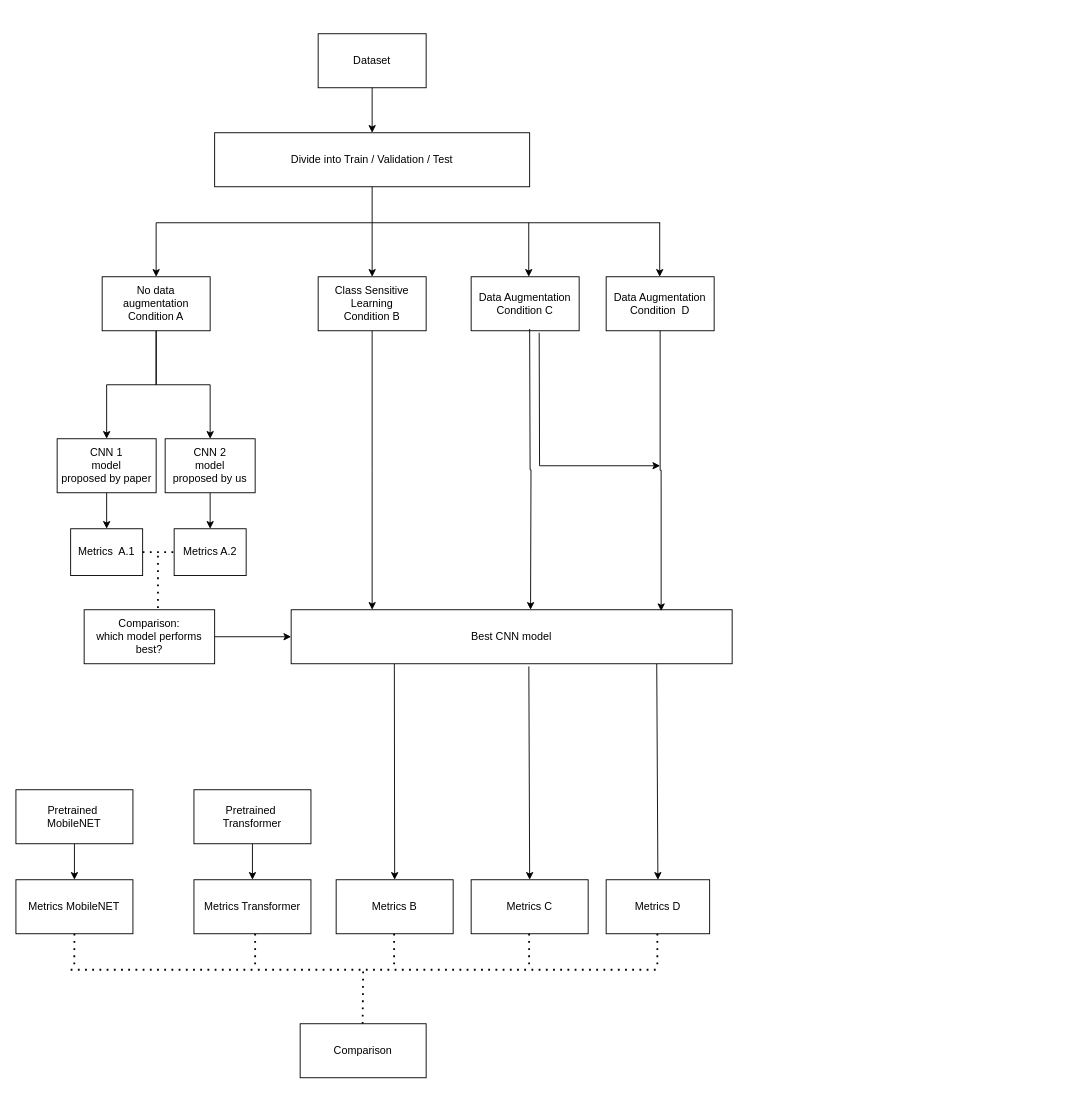
Before: flow.drawio in crdsteixeira/Computer-Vision_Thermal-inspection-of-photovoltaic-modules-defect-classification, a draw.io diagram. Source tidied: cells renumbered, new cells numbered last; positions are measured from the earlier drawing's top-left corner, leaving out a move shared by most shapes. Both pictures are drawn from the tidied source at 90%, with x=0, y=0 at pixel (15, 33).
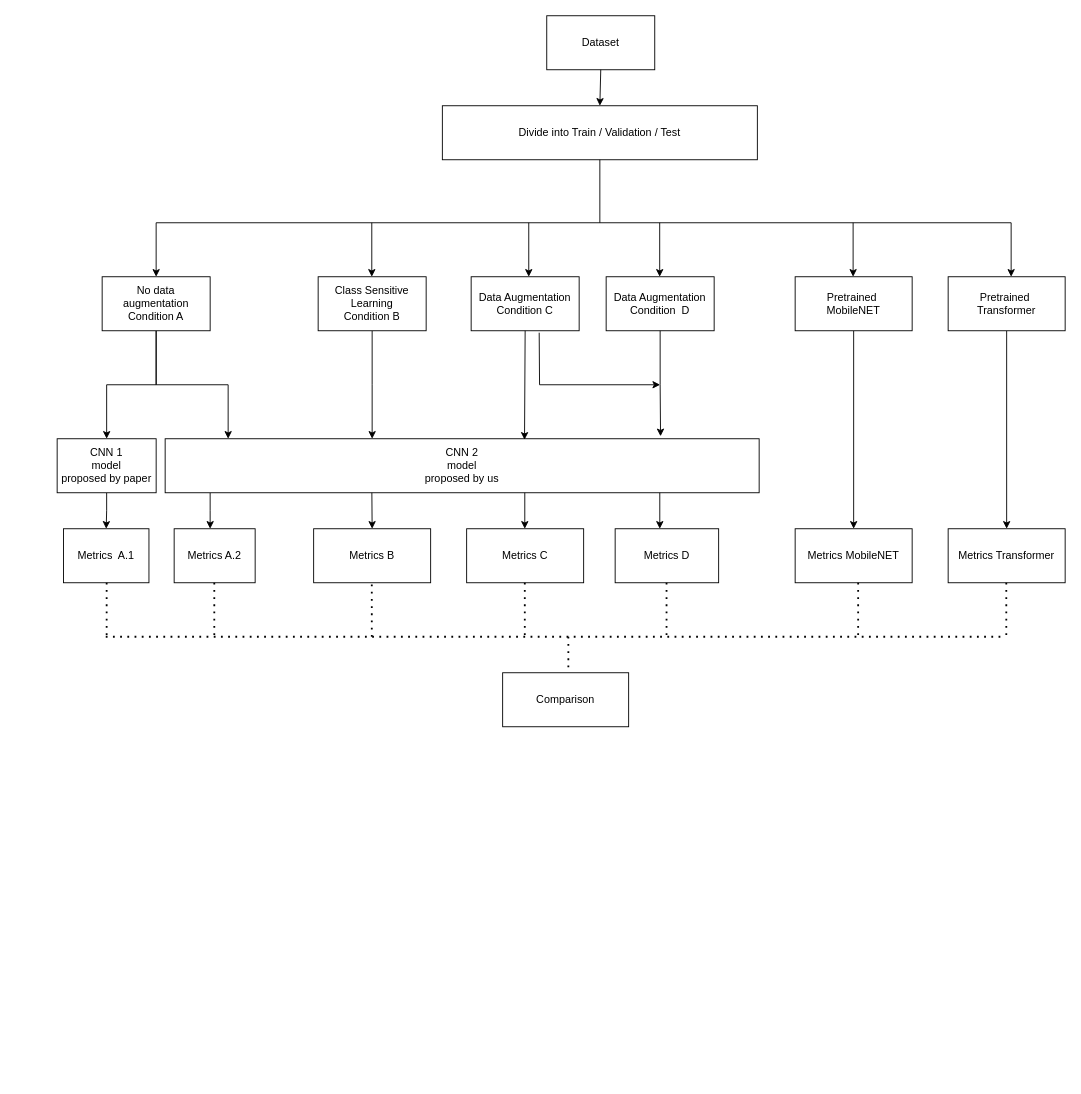
After the change.

Unchanged cells that the change refers to:
```xml
<mxCell id="5" value="No data augmentation&lt;br&gt;Condition A" style="rounded=0;whiteSpace=wrap;html=1;" parent="1" vertex="1">
  <mxGeometry x="96" y="270" width="120" height="60" as="geometry" />
</mxCell>
<mxCell id="7" value="Class Sensitive Learning&lt;br&gt;Condition B" style="rounded=0;whiteSpace=wrap;html=1;" parent="1" vertex="1">
  <mxGeometry x="336" y="270" width="120" height="60" as="geometry" />
</mxCell>
<mxCell id="8" value="Data Augmentation&lt;br&gt;Condition&amp;nbsp; D" style="rounded=0;whiteSpace=wrap;html=1;" parent="1" vertex="1">
  <mxGeometry x="656" y="270" width="120" height="60" as="geometry" />
</mxCell>
<mxCell id="40" value="Data Augmentation&lt;br&gt;Condition C" style="rounded=0;whiteSpace=wrap;html=1;" parent="1" vertex="1">
  <mxGeometry x="506" y="270" width="120" height="60" as="geometry" />
</mxCell>
```

The edit, as a diff of the source:
```diff
@@
     <mxCell id="2" value="Dataset" style="rounded=0;whiteSpace=wrap;html=1;" parent="1" vertex="1">
-      <mxGeometry x="336" width="120" height="60" as="geometry" />
+      <mxGeometry x="590" y="-20" width="120" height="60" as="geometry" />
     </mxCell>
@@
     <mxCell id="4" style="edgeStyle=orthogonalEdgeStyle;rounded=0;jettySize=auto;html=1;" parent="1" edge="1" source="5" target="21">
-      <mxGeometry relative="1" as="geometry" />
+      <mxGeometry relative="1" as="geometry">
+        <Array as="points">
+          <mxPoint x="156" y="390" />
+          <mxPoint x="236" y="390" />
+        </Array>
+      </mxGeometry>
     </mxCell>
@@
     <mxCell id="6" style="edgeStyle=orthogonalEdgeStyle;rounded=0;jettySize=auto;html=1;" parent="1" edge="1" source="7">
       <mxGeometry relative="1" as="geometry">
-        <mxPoint x="396" y="640" as="targetPoint" />
+        <mxPoint x="396" y="450" as="targetPoint" />
       </mxGeometry>
     </mxCell>
@@
     <mxCell id="11" value="Divide into Train / Validation / Test" style="rounded=0;whiteSpace=wrap;html=1;" parent="1" vertex="1">
-      <mxGeometry x="221" y="110" width="350" height="60" as="geometry" />
+      <mxGeometry x="474" y="80" width="350" height="60" as="geometry" />
     </mxCell>
@@
     <mxCell id="13" value="Pretrained&amp;nbsp;&lt;br&gt;MobileNET" style="rounded=0;whiteSpace=wrap;html=1;" parent="1" vertex="1">
-      <mxGeometry x="0.2" y="840" width="130" height="60" as="geometry" />
+      <mxGeometry x="866" y="270" width="130" height="60" as="geometry" />
     </mxCell>
@@
-    <mxCell id="15" style="endArrow=classic;html=1;rounded=0;exitX=0.5;exitY=1;exitDx=0;exitDy=0;" parent="1" edge="1" source="11" target="7">
-      <mxGeometry relative="1" as="geometry" />
-    </mxCell>
     <mxCell id="16" style="endArrow=none;html=1;rounded=0;" parent="1" edge="1">
       <mxGeometry relative="1" as="geometry">
         <mxPoint x="156" y="210" as="sourcePoint" />
-        <mxPoint x="716" y="210" as="targetPoint" />
+        <mxPoint x="1106" y="210" as="targetPoint" />
       </mxGeometry>
     </mxCell>
@@
     <mxCell id="20" style="edgeStyle=orthogonalEdgeStyle;rounded=0;jettySize=auto;html=1;" parent="1" edge="1" source="21" target="26">
-      <mxGeometry relative="1" as="geometry" />
+      <mxGeometry relative="1" as="geometry">
+        <Array as="points">
+          <mxPoint x="216" y="530" />
+          <mxPoint x="216" y="530" />
+        </Array>
+      </mxGeometry>
     </mxCell>
     <mxCell id="21" value="CNN 2&lt;br&gt;model &lt;br&gt;proposed by us" style="rounded=0;whiteSpace=wrap;html=1;" parent="1" vertex="1">
-      <mxGeometry x="166" y="450" width="100" height="60" as="geometry" />
+      <mxGeometry x="166" y="450" width="660" height="60" as="geometry" />
     </mxCell>
     <mxCell id="22" value="Metrics&amp;nbsp; A.1" style="rounded=0;whiteSpace=wrap;html=1;" parent="1" vertex="1">
-      <mxGeometry x="61" y="550" width="80" height="52" as="geometry" />
+      <mxGeometry x="53" y="550" width="95" height="60" as="geometry" />
     </mxCell>
     <mxCell id="23" value="Metrics B" style="rounded=0;whiteSpace=wrap;html=1;" parent="1" vertex="1">
-      <mxGeometry x="356" y="940" width="130" height="60" as="geometry" />
+      <mxGeometry x="331" y="550" width="130" height="60" as="geometry" />
     </mxCell>
     <mxCell id="24" value="Metrics D" style="rounded=0;whiteSpace=wrap;html=1;" parent="1" vertex="1">
-      <mxGeometry x="656" y="940" width="115" height="60" as="geometry" />
+      <mxGeometry x="666" y="550" width="115" height="60" as="geometry" />
     </mxCell>
-    <mxCell id="25" value="Best CNN model" style="rounded=0;whiteSpace=wrap;html=1;" parent="1" vertex="1">
-      <mxGeometry x="306" y="640" width="490" height="60" as="geometry" />
-    </mxCell>
     <mxCell id="26" value="Metrics A.2" style="rounded=0;whiteSpace=wrap;html=1;" parent="1" vertex="1">
-      <mxGeometry x="176" y="550" width="80" height="52" as="geometry" />
+      <mxGeometry x="176" y="550" width="90" height="60" as="geometry" />
     </mxCell>
-    <mxCell id="27" style="endArrow=none;dashed=1;html=1;dashPattern=1 3;strokeWidth=2;rounded=0;exitX=1;exitY=0.5;exitDx=0;exitDy=0;entryX=0;entryY=0.5;entryDx=0;entryDy=0;" parent="1" edge="1" source="22" target="26">
-      <mxGeometry relative="1" as="geometry" />
-    </mxCell>
     <mxCell id="28" style="endArrow=none;dashed=1;html=1;dashPattern=1 3;strokeWidth=2;rounded=0;" parent="1" edge="1">
       <mxGeometry relative="1" as="geometry">
-        <mxPoint x="158" y="580" as="sourcePoint" />
-        <mxPoint x="158" y="640" as="targetPoint" />
+        <mxPoint x="101" y="610" as="sourcePoint" />
+        <mxPoint x="101" y="670" as="targetPoint" />
       </mxGeometry>
     </mxCell>
-    <mxCell id="29" style="edgeStyle=orthogonalEdgeStyle;rounded=0;jettySize=auto;html=1;entryX=0;entryY=0.5;entryDx=0;entryDy=0;" parent="1" edge="1" source="30" target="25">
-      <mxGeometry relative="1" as="geometry" />
-    </mxCell>
-    <mxCell id="30" value="Comparison:&lt;br style=&quot;border-color: var(--border-color);&quot;&gt;&lt;span style=&quot;&quot;&gt;which model performs best?&lt;/span&gt;" style="rounded=0;whiteSpace=wrap;html=1;" parent="1" vertex="1">
-      <mxGeometry x="76" y="640" width="145" height="60" as="geometry" />
-    </mxCell>
-    <mxCell id="31" style="edgeStyle=orthogonalEdgeStyle;rounded=0;jettySize=auto;html=1;entryX=0.839;entryY=0.025;entryDx=0;entryDy=0;entryPerimeter=0;" parent="1" edge="1" source="8" target="25">
+    <mxCell id="31" style="edgeStyle=orthogonalEdgeStyle;rounded=0;jettySize=auto;html=1;entryX=0.834;entryY=-0.046;entryDx=0;entryDy=0;entryPerimeter=0;" parent="1" edge="1" source="8" target="21">
       <mxGeometry relative="1" as="geometry" />
     </mxCell>
     <mxCell id="32" style="endArrow=none;dashed=1;html=1;dashPattern=1 3;strokeWidth=2;rounded=0;" parent="1" edge="1">
       <mxGeometry relative="1" as="geometry">
-        <mxPoint x="61" y="1040" as="sourcePoint" />
-        <mxPoint x="716" y="1040" as="targetPoint" />
+        <mxPoint x="100" y="670" as="sourcePoint" />
+        <mxPoint x="1096" y="670" as="targetPoint" />
       </mxGeometry>
     </mxCell>
@@
     <mxCell id="34" value="Pretrained&amp;nbsp;&lt;br&gt;Transformer" style="rounded=0;whiteSpace=wrap;html=1;" parent="1" vertex="1">
-      <mxGeometry x="198" y="840" width="130" height="60" as="geometry" />
+      <mxGeometry x="1036" y="270" width="130" height="60" as="geometry" />
     </mxCell>
     <mxCell id="35" value="Metrics MobileNET" style="rounded=0;whiteSpace=wrap;html=1;" parent="1" vertex="1">
-      <mxGeometry x="0.2" y="940" width="130" height="60" as="geometry" />
+      <mxGeometry x="866" y="550" width="130" height="60" as="geometry" />
     </mxCell>
     <mxCell id="36" value="Metrics Transformer" style="rounded=0;whiteSpace=wrap;html=1;" parent="1" vertex="1">
-      <mxGeometry x="198" y="940" width="130" height="60" as="geometry" />
+      <mxGeometry x="1036" y="550" width="130" height="60" as="geometry" />
     </mxCell>
-    <mxCell id="37" style="endArrow=none;dashed=1;html=1;dashPattern=1 3;strokeWidth=2;rounded=0;exitX=0.5;exitY=1;exitDx=0;exitDy=0;" parent="1" edge="1" source="35">
-      <mxGeometry relative="1" as="geometry">
-        <mxPoint x="65" y="1040" as="targetPoint" />
-      </mxGeometry>
-    </mxCell>
-    <mxCell id="38" style="endArrow=none;dashed=1;html=1;dashPattern=1 3;strokeWidth=2;rounded=0;" parent="1" edge="1">
-      <mxGeometry relative="1" as="geometry">
-        <mxPoint x="385.4" y="1100" as="sourcePoint" />
-        <mxPoint x="386" y="1040" as="targetPoint" />
-      </mxGeometry>
-    </mxCell>
     <mxCell id="39" value="Comparison" style="rounded=0;whiteSpace=wrap;html=1;" parent="1" vertex="1">
-      <mxGeometry x="316" y="1100" width="140" height="60" as="geometry" />
+      <mxGeometry x="541" y="710" width="140" height="60" as="geometry" />
     </mxCell>
@@
-    <mxCell id="42" style="edgeStyle=orthogonalEdgeStyle;rounded=0;orthogonalLoop=1;jettySize=auto;html=1;entryX=0.839;entryY=0.025;entryDx=0;entryDy=0;entryPerimeter=0;" parent="1" edge="1">
-      <mxGeometry relative="1" as="geometry">
-        <mxPoint x="571" y="328" as="sourcePoint" />
-        <mxPoint x="572" y="640" as="targetPoint" />
-      </mxGeometry>
-    </mxCell>
     <mxCell id="43" value="Metrics C" style="rounded=0;whiteSpace=wrap;html=1;" parent="1" vertex="1">
-      <mxGeometry x="506" y="940" width="130" height="60" as="geometry" />
+      <mxGeometry x="501" y="550" width="130" height="60" as="geometry" />
     </mxCell>
     <mxCell id="44" style="endArrow=classic;html=1;rounded=0;exitX=0.63;exitY=1.036;exitDx=0;exitDy=0;exitPerimeter=0;" parent="1" edge="1" source="40">
       <mxGeometry relative="1" as="geometry">
-        <mxPoint x="716" y="480" as="targetPoint" />
+        <mxPoint x="716" y="390" as="targetPoint" />
         <Array as="points">
-          <mxPoint x="582" y="480" />
+          <mxPoint x="582" y="390" />
         </Array>
       </mxGeometry>
     </mxCell>
-    <mxCell id="45" style="endArrow=classic;html=1;rounded=0;entryX=0.5;entryY=0;entryDx=0;entryDy=0;exitX=0.234;exitY=1.003;exitDx=0;exitDy=0;exitPerimeter=0;" parent="1" edge="1" source="25" target="23">
+    <mxCell id="45" style="endArrow=classic;html=1;rounded=0;entryX=0.5;entryY=0;entryDx=0;entryDy=0;exitX=0.348;exitY=1;exitDx=0;exitDy=0;exitPerimeter=0;" parent="1" edge="1" source="21" target="23">
       <mxGeometry relative="1" as="geometry" />
     </mxCell>
-    <mxCell id="46" style="endArrow=classic;html=1;rounded=0;entryX=0.5;entryY=0;entryDx=0;entryDy=0;exitX=0.539;exitY=1.05;exitDx=0;exitDy=0;exitPerimeter=0;" parent="1" edge="1" source="25" target="43">
-      <mxGeometry relative="1" as="geometry" />
-    </mxCell>
-    <mxCell id="47" style="endArrow=classic;html=1;rounded=0;entryX=0.5;entryY=0;entryDx=0;entryDy=0;exitX=0.829;exitY=1.003;exitDx=0;exitDy=0;exitPerimeter=0;" parent="1" edge="1" source="25" target="24">
-      <mxGeometry relative="1" as="geometry" />
-    </mxCell>
-    <mxCell id="48" style="endArrow=none;dashed=1;html=1;dashPattern=1 3;strokeWidth=2;rounded=0;exitX=0.5;exitY=1;exitDx=0;exitDy=0;" parent="1" edge="1">
-      <mxGeometry relative="1" as="geometry">
-        <mxPoint x="266" y="1000" as="sourcePoint" />
-        <mxPoint x="266" y="1040" as="targetPoint" />
-      </mxGeometry>
-    </mxCell>
-    <mxCell id="49" style="endArrow=none;dashed=1;html=1;dashPattern=1 3;strokeWidth=2;rounded=0;exitX=0.5;exitY=1;exitDx=0;exitDy=0;" parent="1" edge="1">
-      <mxGeometry relative="1" as="geometry">
-        <mxPoint x="420.4" y="1000" as="sourcePoint" />
-        <mxPoint x="420.4" y="1040" as="targetPoint" />
-      </mxGeometry>
-    </mxCell>
-    <mxCell id="50" style="endArrow=none;dashed=1;html=1;dashPattern=1 3;strokeWidth=2;rounded=0;exitX=0.5;exitY=1;exitDx=0;exitDy=0;" parent="1" edge="1">
-      <mxGeometry relative="1" as="geometry">
-        <mxPoint x="570.4" y="1000" as="sourcePoint" />
-        <mxPoint x="570.4" y="1040" as="targetPoint" />
-      </mxGeometry>
-    </mxCell>
     <mxCell id="51" style="endArrow=none;dashed=1;html=1;dashPattern=1 3;strokeWidth=2;rounded=0;exitX=0.5;exitY=1;exitDx=0;exitDy=0;" parent="1" edge="1">
       <mxGeometry relative="1" as="geometry">
-        <mxPoint x="712.9" y="1000" as="sourcePoint" />
-        <mxPoint x="712.9" y="1040" as="targetPoint" />
+        <mxPoint x="614" y="670" as="sourcePoint" />
+        <mxPoint x="614" y="710" as="targetPoint" />
       </mxGeometry>
     </mxCell>
+    <mxCell id="52" style="endArrow=classic;html=1;rounded=0;exitX=0.5;exitY=1;exitDx=0;exitDy=0;entryX=0.605;entryY=0.019;entryDx=0;entryDy=0;entryPerimeter=0;" parent="1" edge="1" source="40" target="21">
+      <mxGeometry relative="1" as="geometry" />
+    </mxCell>
+    <mxCell id="53" style="endArrow=classic;html=1;rounded=0;entryX=0.5;entryY=0;entryDx=0;entryDy=0;exitX=0.348;exitY=1;exitDx=0;exitDy=0;exitPerimeter=0;" parent="1" edge="1">
+      <mxGeometry relative="1" as="geometry">
+        <mxPoint x="565.6" y="510" as="sourcePoint" />
+        <mxPoint x="565.6" y="550" as="targetPoint" />
+      </mxGeometry>
+    </mxCell>
+    <mxCell id="54" style="endArrow=classic;html=1;rounded=0;entryX=0.5;entryY=0;entryDx=0;entryDy=0;exitX=0.348;exitY=1;exitDx=0;exitDy=0;exitPerimeter=0;" parent="1" edge="1">
+      <mxGeometry relative="1" as="geometry">
+        <mxPoint x="715.6" y="510" as="sourcePoint" />
+        <mxPoint x="715.6" y="550" as="targetPoint" />
+      </mxGeometry>
+    </mxCell>
+    <mxCell id="55" style="endArrow=classic;html=1;rounded=0;entryX=0.5;entryY=0;entryDx=0;entryDy=0;" parent="1" edge="1">
+      <mxGeometry relative="1" as="geometry">
+        <mxPoint x="930.4" y="210" as="sourcePoint" />
+        <mxPoint x="930.4" y="270" as="targetPoint" />
+      </mxGeometry>
+    </mxCell>
+    <mxCell id="56" style="endArrow=classic;html=1;rounded=0;entryX=0.5;entryY=0;entryDx=0;entryDy=0;" parent="1" edge="1">
+      <mxGeometry relative="1" as="geometry">
+        <mxPoint x="1106" y="210" as="sourcePoint" />
+        <mxPoint x="1106" y="270" as="targetPoint" />
+      </mxGeometry>
+    </mxCell>
+    <mxCell id="57" style="endArrow=classic;html=1;rounded=0;entryX=0.5;entryY=0;entryDx=0;entryDy=0;" parent="1" edge="1">
+      <mxGeometry relative="1" as="geometry">
+        <mxPoint x="395.6" y="210" as="sourcePoint" />
+        <mxPoint x="395.6" y="270" as="targetPoint" />
+      </mxGeometry>
+    </mxCell>
+    <mxCell id="58" style="endArrow=none;html=1;rounded=0;entryX=0.5;entryY=1;entryDx=0;entryDy=0;" parent="1" edge="1" target="11">
+      <mxGeometry relative="1" as="geometry">
+        <mxPoint x="649" y="210" as="sourcePoint" />
+      </mxGeometry>
+    </mxCell>
+    <mxCell id="59" style="endArrow=none;dashed=1;html=1;dashPattern=1 3;strokeWidth=2;rounded=0;" parent="1" edge="1">
+      <mxGeometry relative="1" as="geometry">
+        <mxPoint x="395.6" y="612" as="sourcePoint" />
+        <mxPoint x="395.6" y="672" as="targetPoint" />
+      </mxGeometry>
+    </mxCell>
+    <mxCell id="60" style="endArrow=none;dashed=1;html=1;dashPattern=1 3;strokeWidth=2;rounded=0;" parent="1" edge="1">
+      <mxGeometry relative="1" as="geometry">
+        <mxPoint x="220.6" y="610" as="sourcePoint" />
+        <mxPoint x="220.6" y="670" as="targetPoint" />
+      </mxGeometry>
+    </mxCell>
+    <mxCell id="61" style="endArrow=none;dashed=1;html=1;dashPattern=1 3;strokeWidth=2;rounded=0;" parent="1" edge="1">
+      <mxGeometry relative="1" as="geometry">
+        <mxPoint x="565.6" y="610" as="sourcePoint" />
+        <mxPoint x="565.6" y="670" as="targetPoint" />
+      </mxGeometry>
+    </mxCell>
+    <mxCell id="62" style="endArrow=none;dashed=1;html=1;dashPattern=1 3;strokeWidth=2;rounded=0;" parent="1" edge="1">
+      <mxGeometry relative="1" as="geometry">
+        <mxPoint x="723.1" y="610" as="sourcePoint" />
+        <mxPoint x="723.1" y="670" as="targetPoint" />
+      </mxGeometry>
+    </mxCell>
+    <mxCell id="63" style="endArrow=none;dashed=1;html=1;dashPattern=1 3;strokeWidth=2;rounded=0;" parent="1" edge="1">
+      <mxGeometry relative="1" as="geometry">
+        <mxPoint x="936" y="610" as="sourcePoint" />
+        <mxPoint x="936" y="670" as="targetPoint" />
+      </mxGeometry>
+    </mxCell>
+    <mxCell id="64" style="endArrow=none;dashed=1;html=1;dashPattern=1 3;strokeWidth=2;rounded=0;" parent="1" edge="1">
+      <mxGeometry relative="1" as="geometry">
+        <mxPoint x="1100.6" y="610" as="sourcePoint" />
+        <mxPoint x="1100.6" y="670" as="targetPoint" />
+      </mxGeometry>
+    </mxCell>
```
